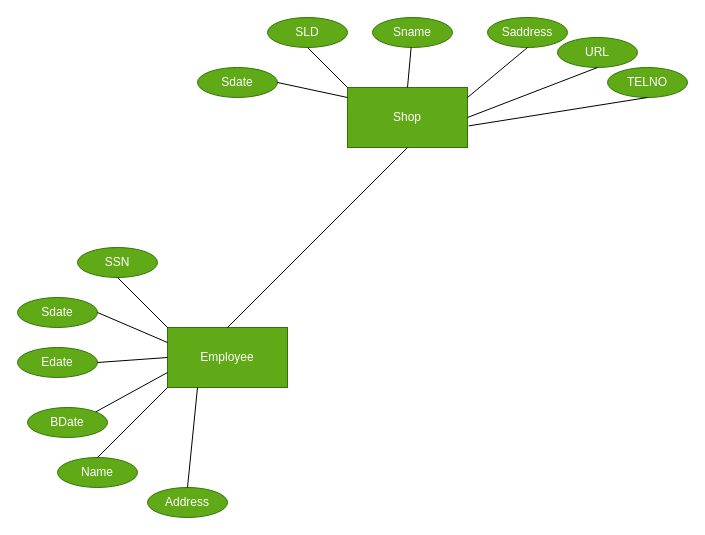
The draw.io diagram EER_Diagram.drawio in n1ck007/cse3330_project, before the edit. Source tidied: cells renumbered, new cells numbered last; positions are measured from the earlier drawing's top-left corner, leaving out a move shared by most shapes. Both pictures are drawn from the tidied source at 100%, with x=0, y=0 at pixel (17, 17).
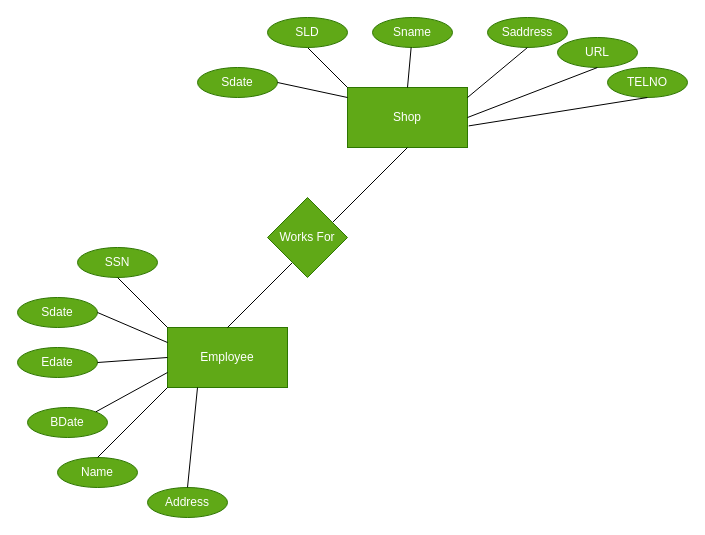
The same diagram, later.

Change to the diagram source:
```diff
@@
+    <mxCell id="29" value="Works For" style="rhombus;whiteSpace=wrap;html=1;fillColor=#60a917;fontColor=#ffffff;strokeColor=#2D7600;" parent="1" vertex="1">
+      <mxGeometry x="250" y="180" width="80" height="80" as="geometry" />
+    </mxCell>
```
